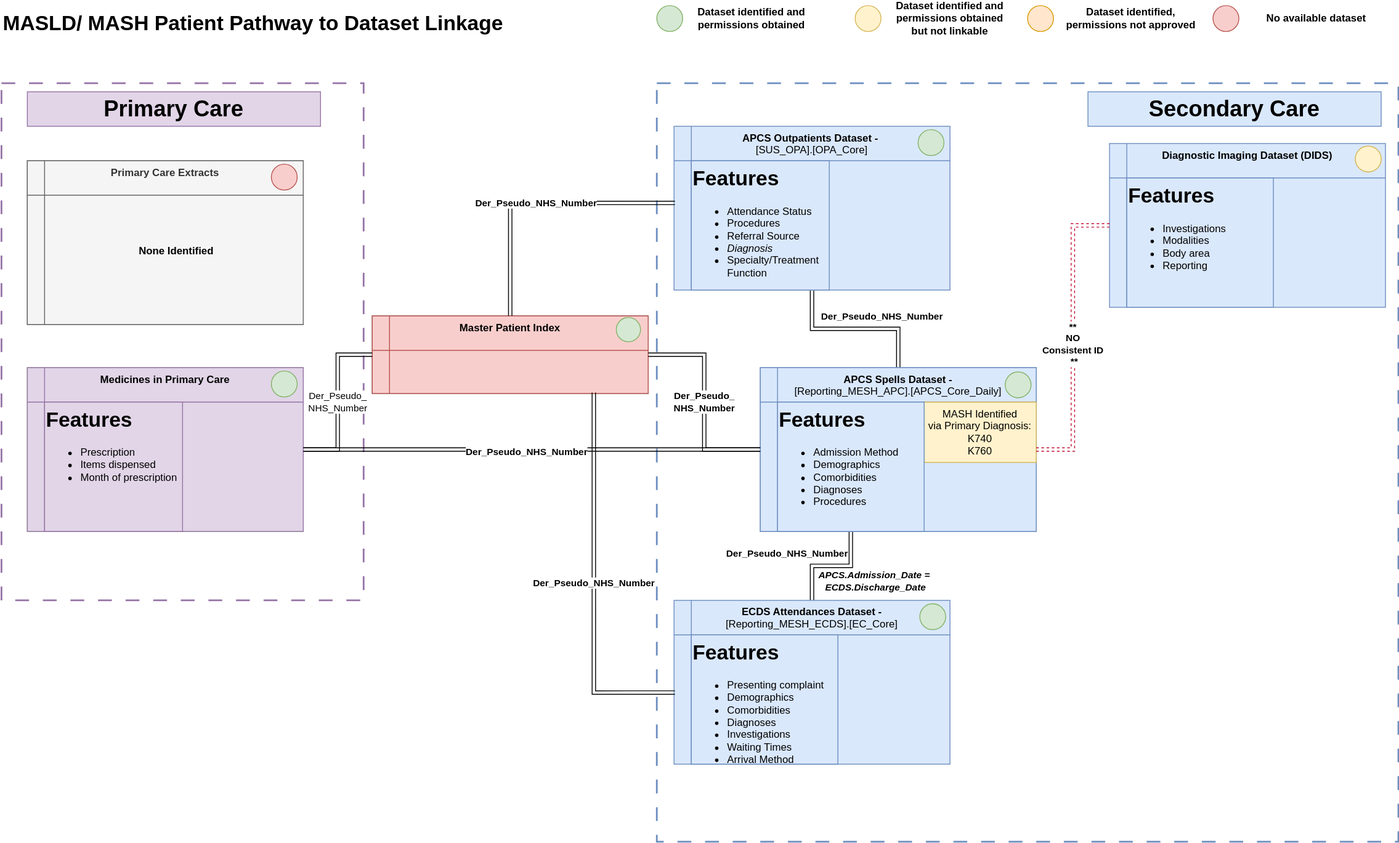
The draw.io diagram images/dataset_pathway_linkage.drawio.svg in NHS-Transformation-Unit/HSDS_MASH, before a commit. Source tidied: cells renumbered, new cells last; positions are measured from the earlier drawing's top-left corner, leaving out a move shared by most shapes.
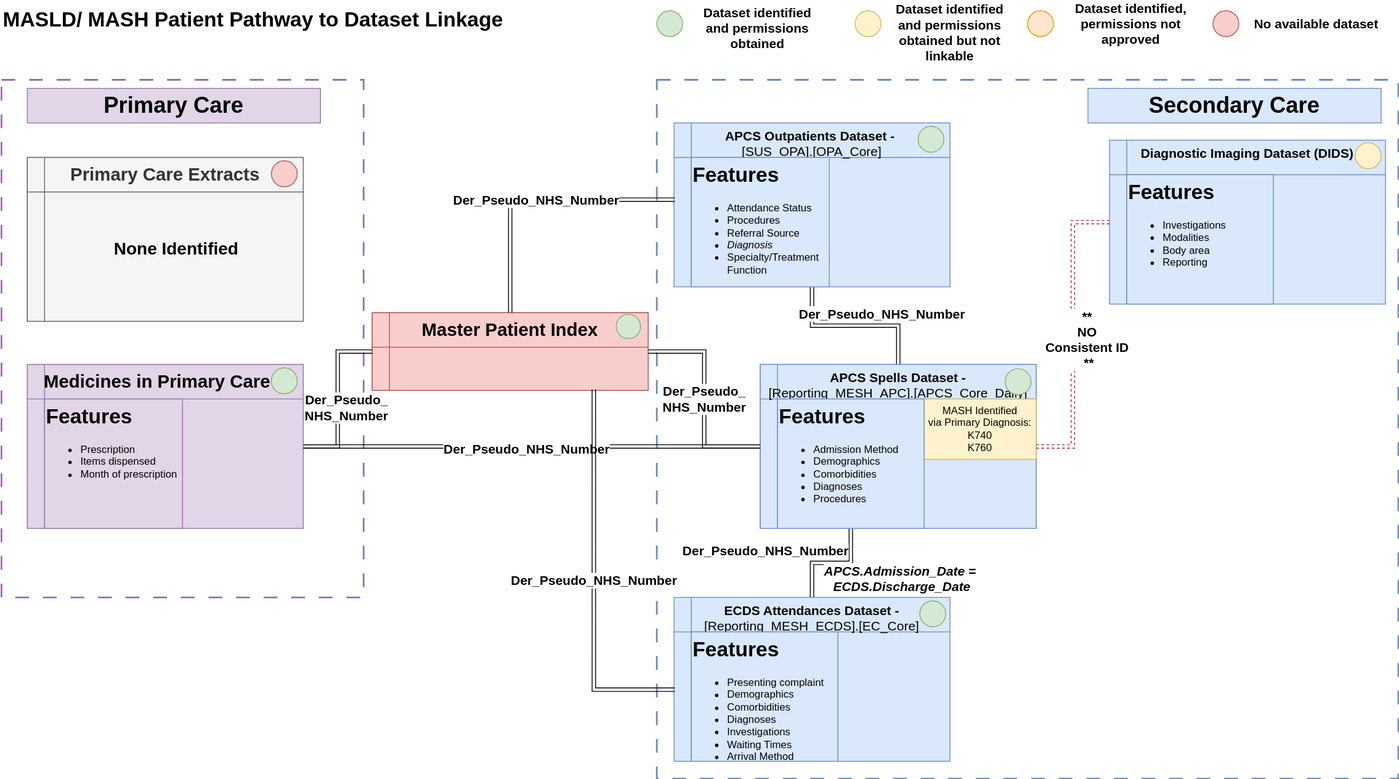
After the change.

Change to the diagram source:
```diff
@@ -6,12 +6,12 @@
       <mxGeometry y="90" width="420" height="600" as="geometry" />
     </mxCell>
     <mxCell id="3" style="rounded=0;whiteSpace=wrap;html=1;fillColor=none;strokeColor=#6c8ebf;dashed=1;dashPattern=8 8;strokeWidth=2;perimeterSpacing=0;" parent="1" vertex="1">
-      <mxGeometry x="760" y="90" width="860" height="880" as="geometry" />
+      <mxGeometry x="760" y="90" width="860" height="810" as="geometry" />
     </mxCell>
     <mxCell id="4" style="edgeStyle=orthogonalEdgeStyle;rounded=0;jettySize=auto;html=1;entryX=0.5;entryY=1;entryDx=0;entryDy=0;shape=link;" parent="1" edge="1" source="23" target="18">
       <mxGeometry relative="1" as="geometry" />
     </mxCell>
-    <mxCell id="5" value="Der_Pseudo_NHS_Number" style="edgeLabel;html=1;align=center;verticalAlign=middle;fontStyle=1;" parent="4" vertex="1">
+    <mxCell id="5" value="Der_Pseudo_NHS_Number" style="edgeLabel;html=1;align=center;verticalAlign=middle;fontStyle=1;fontSize=15;" parent="4" vertex="1">
       <mxGeometry x="0.29" y="-1" relative="1" as="geometry">
         <mxPoint x="58" y="-14" as="offset" />
       </mxGeometry>
@@ -19,23 +19,23 @@
     <mxCell id="6" style="edgeStyle=orthogonalEdgeStyle;rounded=0;jettySize=auto;html=1;entryX=0.5;entryY=0;entryDx=0;entryDy=0;shape=link;" parent="1" edge="1" source="25" target="11">
       <mxGeometry relative="1" as="geometry" />
     </mxCell>
-    <mxCell id="7" value="Der_Pseudo_NHS_Number" style="edgeLabel;html=1;align=center;verticalAlign=middle;fontStyle=1;" parent="6" vertex="1">
+    <mxCell id="7" value="Der_Pseudo_NHS_Number" style="edgeLabel;html=1;align=center;verticalAlign=middle;fontStyle=1;fontSize=15;" parent="6" vertex="1">
       <mxGeometry x="0.39" y="1" relative="1" as="geometry">
-        <mxPoint x="-31" y="-17" as="offset" />
+        <mxPoint x="-56" y="-17" as="offset" />
       </mxGeometry>
     </mxCell>
-    <mxCell id="8" value="APCS.Admission_Date =&lt;div&gt;&amp;nbsp;ECDS.Discharge_Date&lt;/div&gt;" style="edgeLabel;html=1;align=center;verticalAlign=middle;fontStyle=3;" parent="1" vertex="1">
-      <mxGeometry x="1010" y="670" as="geometry">
+    <mxCell id="8" value="APCS.Admission_Date =&lt;div style=&quot;font-size: 15px;&quot;&gt;&amp;nbsp;ECDS.Discharge_Date&lt;/div&gt;" style="edgeLabel;html=1;align=center;verticalAlign=middle;fontStyle=3;fontSize=15;" parent="1" vertex="1">
+      <mxGeometry x="1040" y="670" as="geometry">
         <mxPoint x="1" y="-3" as="offset" />
       </mxGeometry>
     </mxCell>
-    <mxCell id="9" value="&lt;b&gt;Diagnostic Imaging Dataset (DIDS)&lt;/b&gt;" style="shape=internalStorage;whiteSpace=wrap;html=1;backgroundOutline=1;verticalAlign=top;dx=20;dy=40;fillColor=#dae8fc;strokeColor=#6c8ebf;" parent="1" vertex="1">
+    <mxCell id="9" value="&lt;b&gt;&lt;font style=&quot;font-size: 15px;&quot;&gt;Diagnostic Imaging Dataset (DIDS)&lt;/font&gt;&lt;/b&gt;" style="shape=internalStorage;whiteSpace=wrap;html=1;backgroundOutline=1;verticalAlign=top;dx=20;dy=40;fillColor=#dae8fc;strokeColor=#6c8ebf;" parent="1" vertex="1">
       <mxGeometry x="1285" y="160" width="320" height="190" as="geometry" />
     </mxCell>
     <mxCell id="10" style="group;" parent="1" vertex="1">
       <mxGeometry x="780" y="690" width="320" height="190" as="geometry" />
     </mxCell>
-    <mxCell id="11" value="&lt;b&gt;ECDS Attendances Dataset -&lt;/b&gt;&lt;div&gt;[Reporting_MESH_ECDS].[EC_Core]&lt;/div&gt;" style="shape=internalStorage;whiteSpace=wrap;html=1;backgroundOutline=1;verticalAlign=top;dx=20;dy=40;fillColor=#dae8fc;strokeColor=#6c8ebf;" parent="10" vertex="1">
+    <mxCell id="11" value="&lt;b style=&quot;font-size: 15px;&quot;&gt;&lt;font style=&quot;font-size: 15px;&quot;&gt;ECDS Attendances Dataset -&lt;/font&gt;&lt;/b&gt;&lt;div style=&quot;font-size: 15px;&quot;&gt;&lt;font style=&quot;font-size: 15px;&quot;&gt;[Reporting_MESH_ECDS].[EC_Core]&lt;/font&gt;&lt;/div&gt;" style="shape=internalStorage;whiteSpace=wrap;html=1;backgroundOutline=1;verticalAlign=top;dx=20;dy=40;fillColor=#dae8fc;strokeColor=#6c8ebf;" parent="10" vertex="1">
       <mxGeometry width="320" height="190" as="geometry" />
     </mxCell>
     <mxCell id="12" value="&lt;h1 style=&quot;margin-top: 0px;&quot;&gt;Features&lt;/h1&gt;&lt;ul&gt;&lt;li&gt;&lt;span style=&quot;&quot;&gt;Presenting complaint&lt;/span&gt;&lt;/li&gt;&lt;li&gt;Demographics&lt;/li&gt;&lt;li&gt;Comorbidities&lt;/li&gt;&lt;li&gt;Diagnoses&lt;/li&gt;&lt;li&gt;Investigations&lt;/li&gt;&lt;li&gt;Waiting Times&lt;/li&gt;&lt;li&gt;Arrival Method&lt;/li&gt;&lt;/ul&gt;" style="text;html=1;whiteSpace=wrap;overflow=hidden;rounded=0;fillColor=#dae8fc;strokeColor=#6c8ebf;" parent="10" vertex="1">
@@ -56,7 +56,7 @@
     <mxCell id="17" style="group;" parent="1" vertex="1">
       <mxGeometry x="780" y="140" width="320" height="190" as="geometry" />
     </mxCell>
-    <mxCell id="18" value="&lt;b&gt;APCS Outpatients Dataset -&amp;nbsp;&lt;/b&gt;&lt;div&gt;[SUS_OPA].[OPA_Core]&lt;/div&gt;" style="shape=internalStorage;whiteSpace=wrap;html=1;backgroundOutline=1;verticalAlign=top;dx=20;dy=40;fillColor=#dae8fc;strokeColor=#6c8ebf;" parent="17" vertex="1">
+    <mxCell id="18" value="&lt;b style=&quot;font-size: 15px;&quot;&gt;&lt;font style=&quot;font-size: 15px;&quot;&gt;APCS Outpatients Dataset -&amp;nbsp;&lt;/font&gt;&lt;/b&gt;&lt;div style=&quot;font-size: 15px;&quot;&gt;&lt;font style=&quot;font-size: 15px;&quot;&gt;[SUS_OPA].[OPA_Core]&lt;/font&gt;&lt;/div&gt;" style="shape=internalStorage;whiteSpace=wrap;html=1;backgroundOutline=1;verticalAlign=top;dx=20;dy=40;fillColor=#dae8fc;strokeColor=#6c8ebf;" parent="17" vertex="1">
       <mxGeometry width="320" height="190" as="geometry" />
     </mxCell>
     <mxCell id="19" value="&lt;h1 style=&quot;margin-top: 0px;&quot;&gt;Features&lt;/h1&gt;&lt;ul&gt;&lt;li&gt;&lt;span style=&quot;&quot;&gt;Attendance Status&lt;/span&gt;&lt;/li&gt;&lt;li&gt;&lt;span style=&quot;background-color: initial;&quot;&gt;Procedures&lt;/span&gt;&lt;br&gt;&lt;/li&gt;&lt;li&gt;&lt;span style=&quot;background-color: initial;&quot;&gt;Referral Source&lt;/span&gt;&lt;/li&gt;&lt;li&gt;&lt;span style=&quot;background-color: initial;&quot;&gt;&lt;i&gt;Diagnosis&lt;/i&gt;&lt;/span&gt;&lt;/li&gt;&lt;li&gt;&lt;span style=&quot;background-color: initial;&quot;&gt;Specialty/&lt;/span&gt;Treatment Function&lt;/li&gt;&lt;/ul&gt;" style="text;html=1;whiteSpace=wrap;overflow=hidden;rounded=0;fillColor=#dae8fc;strokeColor=#6c8ebf;" parent="17" vertex="1">
@@ -71,7 +71,7 @@
     <mxCell id="22" style="group;fillColor=#dae8fc;strokeColor=#6c8ebf;" parent="21" vertex="1">
       <mxGeometry width="320" height="190" as="geometry" />
     </mxCell>
-    <mxCell id="23" value="&lt;b&gt;APCS Spells Dataset -&lt;/b&gt;&lt;div&gt;[Reporting_MESH_APC].[APCS_Core_Daily]&lt;/div&gt;" style="shape=internalStorage;whiteSpace=wrap;html=1;backgroundOutline=1;verticalAlign=top;dx=20;dy=40;fillColor=#dae8fc;strokeColor=#6c8ebf;" parent="21" vertex="1">
+    <mxCell id="23" value="&lt;b style=&quot;font-size: 15px;&quot;&gt;&lt;font style=&quot;font-size: 15px;&quot;&gt;APCS Spells Dataset -&lt;/font&gt;&lt;/b&gt;&lt;div style=&quot;font-size: 15px;&quot;&gt;&lt;font style=&quot;font-size: 15px;&quot;&gt;[Reporting_MESH_APC].[APCS_Core_Daily]&lt;/font&gt;&lt;/div&gt;" style="shape=internalStorage;whiteSpace=wrap;html=1;backgroundOutline=1;verticalAlign=top;dx=20;dy=40;fillColor=#dae8fc;strokeColor=#6c8ebf;" parent="21" vertex="1">
       <mxGeometry width="320" height="190" as="geometry" />
     </mxCell>
     <mxCell id="24" value="MASH Identified via&amp;nbsp;&lt;span style=&quot;background-color: initial;&quot;&gt;Primary Diagnosis:&lt;/span&gt;&lt;div&gt;&lt;span style=&quot;background-color: initial;&quot;&gt;K740&lt;/span&gt;&lt;/div&gt;&lt;div&gt;&lt;span style=&quot;background-color: initial;&quot;&gt;K760&lt;/span&gt;&lt;/div&gt;" style="text;html=1;align=center;verticalAlign=middle;whiteSpace=wrap;rounded=0;fillColor=#fff2cc;strokeColor=#d6b656;" parent="21" vertex="1">
@@ -89,19 +89,19 @@
     <mxCell id="28" style="group;fillColor=#f5f5f5;fontColor=#333333;strokeColor=#666666;" parent="1" vertex="1">
       <mxGeometry x="30" y="180" width="320" height="190" as="geometry" />
     </mxCell>
-    <mxCell id="29" value="&lt;b&gt;Primary Care Extracts&lt;/b&gt;" style="shape=internalStorage;whiteSpace=wrap;html=1;backgroundOutline=1;verticalAlign=top;dx=20;dy=40;fillColor=#f5f5f5;strokeColor=#666666;fontColor=#333333;" parent="28" vertex="1">
+    <mxCell id="29" value="&lt;b&gt;&lt;font style=&quot;font-size: 21px;&quot;&gt;Primary Care Extracts&lt;/font&gt;&lt;/b&gt;" style="shape=internalStorage;whiteSpace=wrap;html=1;backgroundOutline=1;verticalAlign=top;dx=20;dy=40;fillColor=#f5f5f5;strokeColor=#666666;fontColor=#333333;" parent="28" vertex="1">
       <mxGeometry width="320" height="190" as="geometry" />
     </mxCell>
     <mxCell id="30" style="ellipse;whiteSpace=wrap;html=1;fillColor=#f8cecc;strokeColor=#b85450;" parent="28" vertex="1">
       <mxGeometry x="283" y="4" width="30" height="30" as="geometry" />
     </mxCell>
-    <mxCell id="31" value="None Identified" style="text;html=1;align=center;verticalAlign=middle;whiteSpace=wrap;rounded=0;fontStyle=1;" parent="28" vertex="1">
+    <mxCell id="31" value="None Identified" style="text;html=1;align=center;verticalAlign=middle;whiteSpace=wrap;rounded=0;fontStyle=1;fontSize=20;" parent="28" vertex="1">
       <mxGeometry x="63" y="90" width="220" height="30" as="geometry" />
     </mxCell>
     <mxCell id="32" style="group;fillColor=#d5e8d4;strokeColor=#82b366;" parent="1" vertex="1">
       <mxGeometry x="30" y="420" width="320" height="190" as="geometry" />
     </mxCell>
-    <mxCell id="33" value="&lt;b&gt;Medicines in Primary Care&lt;/b&gt;" style="shape=internalStorage;whiteSpace=wrap;html=1;backgroundOutline=1;verticalAlign=top;dx=20;dy=40;fillColor=#e1d5e7;strokeColor=#9673a6;" parent="32" vertex="1">
+    <mxCell id="33" value="&lt;div style=&quot;&quot;&gt;&lt;b style=&quot;background-color: initial;&quot;&gt;&lt;font style=&quot;font-size: 21px;&quot;&gt;&amp;nbsp; &amp;nbsp;Medicines in Primary Care&lt;/font&gt;&lt;/b&gt;&lt;/div&gt;" style="shape=internalStorage;whiteSpace=wrap;html=1;backgroundOutline=1;verticalAlign=top;dx=20;dy=40;fillColor=#e1d5e7;strokeColor=#9673a6;align=left;" parent="32" vertex="1">
       <mxGeometry width="320" height="190" as="geometry" />
     </mxCell>
     <mxCell id="34" style="ellipse;whiteSpace=wrap;html=1;fillColor=#d5e8d4;strokeColor=#82b366;" parent="32" vertex="1">
@@ -113,7 +113,7 @@
     <mxCell id="36" style="edgeStyle=orthogonalEdgeStyle;rounded=0;jettySize=auto;html=1;entryX=0;entryY=0.5;entryDx=0;entryDy=0;shape=link;" parent="1" edge="1" source="33" target="23">
       <mxGeometry relative="1" as="geometry" />
     </mxCell>
-    <mxCell id="37" value="Der_Pseudo_NHS_Number" style="edgeLabel;html=1;align=center;verticalAlign=middle;fontStyle=1;" parent="36" vertex="1">
+    <mxCell id="37" value="Der_Pseudo_NHS_Number" style="edgeLabel;html=1;align=center;verticalAlign=middle;fontStyle=1;fontSize=15;" parent="36" vertex="1">
       <mxGeometry x="-0.03" y="-2" relative="1" as="geometry" />
     </mxCell>
     <mxCell id="38" value="Primary Care" style="text;html=1;align=center;verticalAlign=middle;whiteSpace=wrap;rounded=0;fontSize=26;fillColor=#e1d5e7;strokeColor=#9673a6;fontStyle=1;" parent="1" vertex="1">
@@ -122,53 +122,55 @@
     <mxCell id="39" style="edgeStyle=orthogonalEdgeStyle;rounded=0;jettySize=auto;html=1;entryX=0;entryY=0.5;entryDx=0;entryDy=0;shape=link;dashed=1;strokeColor=#c11033;" parent="1" edge="1" source="23" target="9">
       <mxGeometry relative="1" as="geometry" />
     </mxCell>
-    <mxCell id="40" value="&lt;b&gt;**&amp;nbsp;&lt;/b&gt;&lt;div&gt;&lt;b&gt;NO&amp;nbsp;&lt;/b&gt;&lt;div&gt;&lt;b&gt;Consistent ID&amp;nbsp;&lt;/b&gt;&lt;/div&gt;&lt;div&gt;&lt;b&gt;**&lt;/b&gt;&lt;/div&gt;&lt;/div&gt;" style="edgeLabel;html=1;align=center;verticalAlign=middle;" parent="39" vertex="1">
-      <mxGeometry x="-0.04" y="-1" relative="1" as="geometry" />
+    <mxCell id="40" value="&lt;b style=&quot;font-size: 15px;&quot;&gt;**&amp;nbsp;&lt;/b&gt;&lt;div style=&quot;font-size: 15px;&quot;&gt;&lt;b style=&quot;font-size: 15px;&quot;&gt;NO&amp;nbsp;&lt;/b&gt;&lt;div style=&quot;font-size: 15px;&quot;&gt;&lt;b style=&quot;font-size: 15px;&quot;&gt;Consistent ID&amp;nbsp;&lt;/b&gt;&lt;/div&gt;&lt;div style=&quot;font-size: 15px;&quot;&gt;&lt;b style=&quot;font-size: 15px;&quot;&gt;**&lt;/b&gt;&lt;/div&gt;&lt;/div&gt;" style="edgeLabel;html=1;align=center;verticalAlign=middle;fontSize=15;" parent="39" vertex="1">
+      <mxGeometry x="-0.04" y="-1" relative="1" as="geometry">
+        <mxPoint x="17" y="-2" as="offset" />
+      </mxGeometry>
     </mxCell>
     <mxCell id="41" style="group;fillColor=#f5f5f5;fontColor=#333333;strokeColor=#666666;" parent="1" vertex="1">
       <mxGeometry x="430" y="360" width="320" height="90" as="geometry" />
     </mxCell>
-    <mxCell id="42" value="&lt;b&gt;Master Patient Index&lt;/b&gt;" style="shape=internalStorage;whiteSpace=wrap;html=1;backgroundOutline=1;verticalAlign=top;dx=20;dy=40;fillColor=#f8cecc;strokeColor=#b85450;" parent="41" vertex="1">
+    <mxCell id="42" value="&lt;b&gt;&lt;font style=&quot;font-size: 21px;&quot;&gt;Master Patient Index&lt;/font&gt;&lt;/b&gt;" style="shape=internalStorage;whiteSpace=wrap;html=1;backgroundOutline=1;verticalAlign=top;dx=20;dy=40;fillColor=#f8cecc;strokeColor=#b85450;" parent="41" vertex="1">
       <mxGeometry width="320" height="90" as="geometry" />
     </mxCell>
     <mxCell id="43" style="ellipse;whiteSpace=wrap;html=1;fillColor=#d5e8d4;strokeColor=#82b366;" parent="41" vertex="1">
       <mxGeometry x="283" y="1.9" width="28.1" height="28.1" as="geometry" />
     </mxCell>
-    <mxCell id="44" value="Der_Pseudo_&lt;div&gt;NHS_Number&lt;/div&gt;" style="edgeStyle=orthogonalEdgeStyle;rounded=0;jettySize=auto;html=1;entryX=0;entryY=0.5;entryDx=0;entryDy=0;shape=link;fontStyle=1;" parent="1" edge="1" source="42" target="23">
+    <mxCell id="44" value="Der_Pseudo_&lt;div style=&quot;font-size: 15px;&quot;&gt;NHS_Number&lt;/div&gt;" style="edgeStyle=orthogonalEdgeStyle;rounded=0;jettySize=auto;html=1;entryX=0;entryY=0.5;entryDx=0;entryDy=0;shape=link;fontStyle=1;fontSize=15;" parent="1" edge="1" source="42" target="23">
       <mxGeometry relative="1" as="geometry" />
     </mxCell>
-    <mxCell id="45" value="Der_Pseudo_&lt;div&gt;NHS_Number&lt;/div&gt;" style="edgeStyle=orthogonalEdgeStyle;rounded=0;jettySize=auto;html=1;entryX=1;entryY=0.5;entryDx=0;entryDy=0;shape=link;" parent="1" edge="1" source="42" target="33">
-      <mxGeometry relative="1" as="geometry" />
+    <mxCell id="45" value="Der_Pseudo_&lt;div style=&quot;font-size: 15px;&quot;&gt;NHS_Number&lt;/div&gt;" style="edgeStyle=orthogonalEdgeStyle;rounded=0;jettySize=auto;html=1;entryX=1;entryY=0.5;entryDx=0;entryDy=0;shape=link;fontSize=15;fontStyle=1;" parent="1" edge="1" source="42" target="33">
+      <mxGeometry x="0.11" y="10" relative="1" as="geometry" />
     </mxCell>
-    <mxCell id="46" value="Der_Pseudo_NHS_Number" style="edgeStyle=orthogonalEdgeStyle;rounded=0;jettySize=auto;html=1;entryX=0.003;entryY=0.468;entryDx=0;entryDy=0;entryPerimeter=0;exitX=0.5;exitY=0;exitDx=0;exitDy=0;shape=link;fontStyle=1;" parent="1" edge="1" source="42" target="18">
+    <mxCell id="46" value="Der_Pseudo_NHS_Number" style="edgeStyle=orthogonalEdgeStyle;rounded=0;jettySize=auto;html=1;entryX=0.003;entryY=0.468;entryDx=0;entryDy=0;entryPerimeter=0;exitX=0.5;exitY=0;exitDx=0;exitDy=0;shape=link;fontStyle=1;fontSize=15;" parent="1" edge="1" source="42" target="18">
       <mxGeometry relative="1" as="geometry" />
     </mxCell>
-    <mxCell id="47" value="Der_Pseudo_NHS_Number" style="edgeStyle=orthogonalEdgeStyle;rounded=0;jettySize=auto;html=1;entryX=0.003;entryY=0.563;entryDx=0;entryDy=0;entryPerimeter=0;exitX=0.803;exitY=0.989;exitDx=0;exitDy=0;exitPerimeter=0;shape=link;fontStyle=1;" parent="1" edge="1" source="42" target="11">
+    <mxCell id="47" value="Der_Pseudo_NHS_Number" style="edgeStyle=orthogonalEdgeStyle;rounded=0;jettySize=auto;html=1;entryX=0.003;entryY=0.563;entryDx=0;entryDy=0;entryPerimeter=0;exitX=0.803;exitY=0.989;exitDx=0;exitDy=0;exitPerimeter=0;shape=link;fontStyle=1;fontSize=15;" parent="1" edge="1" source="42" target="11">
       <mxGeometry relative="1" as="geometry" />
     </mxCell>
     <mxCell id="48" style="ellipse;whiteSpace=wrap;html=1;fillColor=#d5e8d4;strokeColor=#82b366;" parent="1" vertex="1">
-      <mxGeometry x="760" width="30" height="30" as="geometry" />
+      <mxGeometry x="760" y="10" width="30" height="30" as="geometry" />
     </mxCell>
-    <mxCell id="49" value="Dataset identified and permissions obtained" style="text;html=1;align=center;verticalAlign=middle;whiteSpace=wrap;rounded=0;fontStyle=1;" parent="1" vertex="1">
-      <mxGeometry x="800" width="140" height="30" as="geometry" />
+    <mxCell id="49" value="Dataset identified and permissions obtained" style="text;html=1;align=center;verticalAlign=middle;whiteSpace=wrap;rounded=0;fontStyle=1;fontSize=15;" parent="1" vertex="1">
+      <mxGeometry x="807" y="15" width="140" height="30" as="geometry" />
     </mxCell>
     <mxCell id="50" style="ellipse;whiteSpace=wrap;html=1;fillColor=#fff2cc;strokeColor=#d6b656;" parent="1" vertex="1">
-      <mxGeometry x="990" width="30" height="30" as="geometry" />
+      <mxGeometry x="990" y="10" width="30" height="30" as="geometry" />
     </mxCell>
-    <mxCell id="51" value="Dataset identified and permissions obtained but not linkable" style="text;html=1;align=center;verticalAlign=middle;whiteSpace=wrap;rounded=0;fontStyle=1;" parent="1" vertex="1">
-      <mxGeometry x="1030" width="140" height="30" as="geometry" />
+    <mxCell id="51" value="Dataset identified and permissions obtained but not linkable" style="text;html=1;align=center;verticalAlign=middle;whiteSpace=wrap;rounded=0;fontStyle=1;fontSize=15;" parent="1" vertex="1">
+      <mxGeometry x="1030" y="20" width="140" height="30" as="geometry" />
     </mxCell>
     <mxCell id="52" style="ellipse;whiteSpace=wrap;html=1;fillColor=#ffe6cc;strokeColor=#d79b00;" parent="1" vertex="1">
-      <mxGeometry x="1190" width="30" height="30" as="geometry" />
+      <mxGeometry x="1190" y="10" width="30" height="30" as="geometry" />
     </mxCell>
-    <mxCell id="53" value="Dataset identified, permissions not approved" style="text;html=1;align=center;verticalAlign=middle;whiteSpace=wrap;rounded=0;fontStyle=1;" parent="1" vertex="1">
-      <mxGeometry x="1230" width="160" height="30" as="geometry" />
+    <mxCell id="53" value="Dataset identified, permissions not approved" style="text;html=1;align=center;verticalAlign=middle;whiteSpace=wrap;rounded=0;fontStyle=1;fontSize=15;" parent="1" vertex="1">
+      <mxGeometry x="1230" y="10" width="160" height="30" as="geometry" />
     </mxCell>
     <mxCell id="54" style="ellipse;whiteSpace=wrap;html=1;fillColor=#f8cecc;strokeColor=#b85450;" parent="1" vertex="1">
-      <mxGeometry x="1405" width="30" height="30" as="geometry" />
+      <mxGeometry x="1405" y="10" width="30" height="30" as="geometry" />
     </mxCell>
-    <mxCell id="55" value="No available dataset" style="text;html=1;align=center;verticalAlign=middle;whiteSpace=wrap;rounded=0;fontStyle=1;" parent="1" vertex="1">
-      <mxGeometry x="1445" width="160" height="30" as="geometry" />
+    <mxCell id="55" value="No available dataset" style="text;html=1;align=center;verticalAlign=middle;whiteSpace=wrap;rounded=0;fontStyle=1;fontSize=15;" parent="1" vertex="1">
+      <mxGeometry x="1445" y="10" width="160" height="30" as="geometry" />
     </mxCell>
   </root>
 </mxGraphModel>
```
